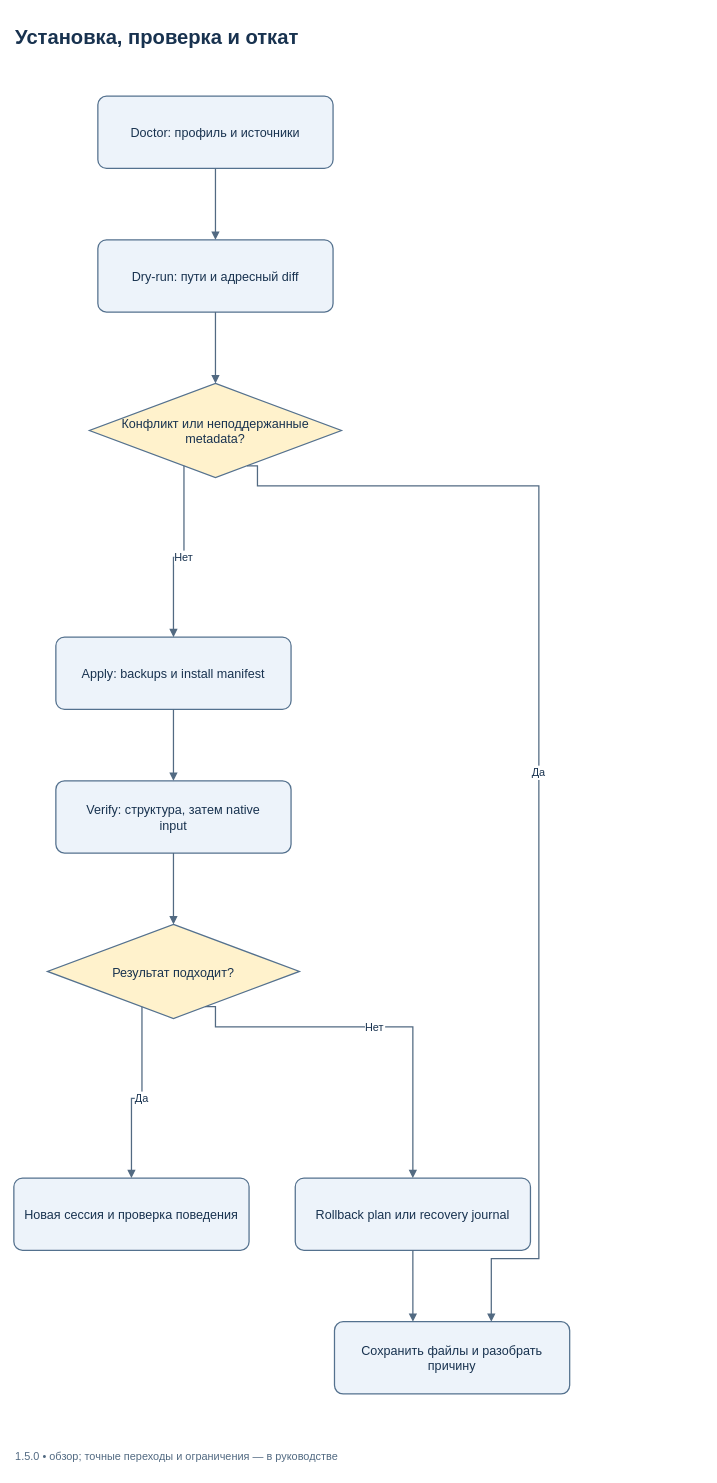
Above: docs/diagrams/installation-recovery.drawio in SUKUNA-AI/agent-harness (draw.io), before the change. Source tidied: cells renumbered, new cells numbered last; positions are measured from the earlier drawing's top-left corner, leaving out a move shared by most shapes. Both pictures are drawn from the tidied source at 84%, with x=0, y=0 at pixel (13, 13).
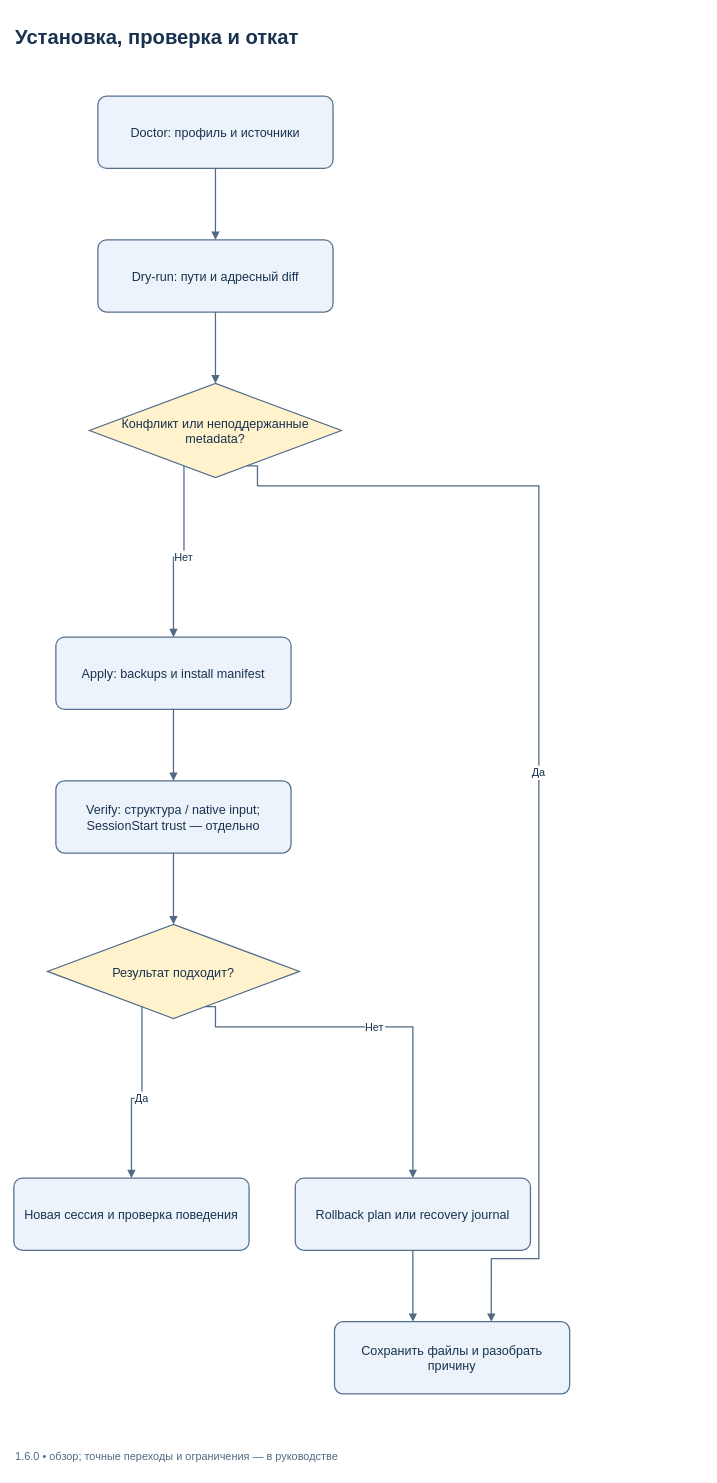
The same page after the edit.

Change to the diagram source:
```diff
@@
-    <mxCell id="8" value="Verify: структура, затем native&#10;input" style="rounded=1;arcSize=12;whiteSpace=nowrap;html=0;align=center;verticalAlign=middle;fontFamily=Arial;fontSize=15;spacing=12;strokeWidth=1.5;strokeColor=#54718E;fillColor=#EDF3FA;fontColor=#18324F;" parent="1" vertex="1">
+    <mxCell id="8" value="Verify: структура / native input;&#10;SessionStart trust — отдельно" style="rounded=1;arcSize=12;whiteSpace=nowrap;html=0;align=center;verticalAlign=middle;fontFamily=Arial;fontSize=15;spacing=12;strokeWidth=1.5;strokeColor=#54718E;fillColor=#EDF3FA;fontColor=#18324F;" parent="1" vertex="1">
       <mxGeometry x="50" y="913" width="280" height="86" as="geometry" />
     </mxCell>
@@
-    <mxCell id="21" value="1.5.0 • обзор; точные переходы и ограничения — в руководстве" style="text;html=0;align=left;fontFamily=Arial;fontSize=13;fontColor=#526A82;" parent="1" vertex="1">
+    <mxCell id="21" value="1.6.0 • обзор; точные переходы и ограничения — в руководстве" style="text;html=0;align=left;fontFamily=Arial;fontSize=13;fontColor=#526A82;" parent="1" vertex="1">
       <mxGeometry y="1703" width="820" height="30" as="geometry" />
     </mxCell>
```
